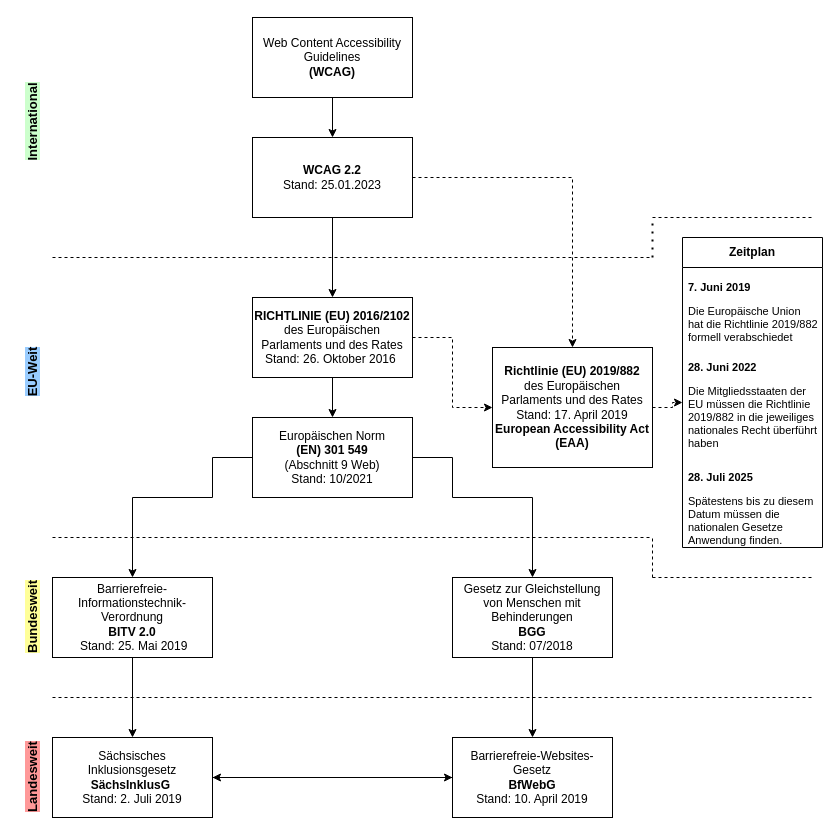
Before: Unbenanntes Diagramm.drawio in Tm651/BuTi3006.github.io, a draw.io diagram. Source tidied: cells renumbered, new cells numbered last; positions are measured from the earlier drawing's top-left corner, leaving out a move shared by most shapes. Both pictures are drawn from the tidied source at 100%, with x=0, y=0 at pixel (-18, 17).
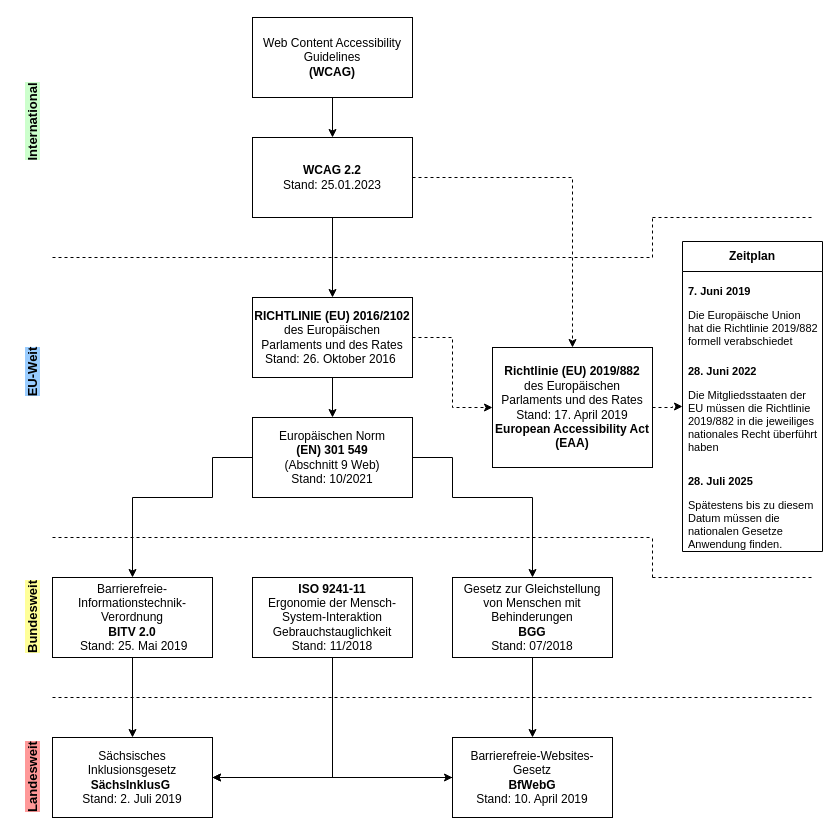
Above is the later version.

The change refers to these unchanged cells:
```xml
<mxCell id="18" value="&lt;b&gt;Richtlinie (EU) 2019/882&lt;/b&gt; des Europäischen Parlaments und des Rates Stand: 17. April 2019&lt;br&gt;&lt;b&gt;European Accessibility Act (EAA)&lt;/b&gt;" style="rounded=0;whiteSpace=wrap;html=1;" parent="1" vertex="1">
  <mxGeometry x="510" y="330" width="160" height="120" as="geometry" />
</mxCell>
<mxCell id="23" value="Sächsisches Inklusionsgesetz&lt;br&gt;&lt;b&gt;SächsInklusG&amp;nbsp;&lt;/b&gt;&lt;br&gt;Stand: 2. Juli 2019" style="rounded=0;whiteSpace=wrap;html=1;" parent="1" vertex="1">
  <mxGeometry x="70" y="720" width="160" height="80" as="geometry" />
</mxCell>
<mxCell id="28" value="&lt;p style=&quot;font-size: 11px;&quot; class=&quot;MsoNormal&quot;&gt;&lt;b style=&quot;&quot;&gt;&lt;font style=&quot;font-size: 11px;&quot;&gt;28. Juni 2022&lt;/font&gt;&lt;/b&gt;&lt;/p&gt;&lt;p style=&quot;font-size: 11px;&quot; class=&quot;MsoNormal&quot;&gt;&lt;font style=&quot;font-size: 11px;&quot;&gt;Die Mitgliedsstaaten der EU müssen die Richtlinie 2019/882 in die jeweiliges nationales Recht überführt haben&lt;/font&gt;&lt;/p&gt;" style="text;strokeColor=none;fillColor=none;align=left;verticalAlign=middle;spacingLeft=4;spacingRight=4;overflow=hidden;points=[[0,0.5],[1,0.5]];portConstraint=eastwest;whiteSpace=wrap;html=1;" parent="26" vertex="1">
  <mxGeometry y="110" width="140" height="110" as="geometry" />
</mxCell>
```

What changed in the source:
```diff
@@
-    <mxCell id="17" style="edgeStyle=orthogonalEdgeStyle;rounded=0;jettySize=auto;html=1;dashed=1;fontSize=11;" parent="1" edge="1" source="18" target="28">
+    <mxCell id="17" style="edgeStyle=orthogonalEdgeStyle;rounded=0;jettySize=auto;html=1;entryX=0;entryY=0.5;entryDx=0;entryDy=0;dashed=1;" parent="1" edge="1" source="18" target="28">
       <mxGeometry relative="1" as="geometry" />
     </mxCell>
@@
     <mxCell id="26" value="&lt;b&gt;Zeitplan&lt;/b&gt;" style="swimlane;fontStyle=0;horizontal=1;startSize=30;whiteSpace=wrap;html=1;" parent="1" vertex="1">
-      <mxGeometry x="700" y="220" width="140" height="310" as="geometry" />
+      <mxGeometry x="700" y="224" width="140" height="310" as="geometry" />
     </mxCell>
@@
-    <mxCell id="30" style="endArrow=none;dashed=1;html=1;dashPattern=1 3;strokeWidth=2;rounded=0;fontSize=11;" parent="1" edge="1">
-      <mxGeometry relative="1" as="geometry">
-        <mxPoint x="670" y="240" as="sourcePoint" />
-        <mxPoint x="670" y="200" as="targetPoint" />
-      </mxGeometry>
-    </mxCell>
@@
+    <mxCell id="38" style="endArrow=none;dashed=1;html=1;rounded=0;" parent="1" edge="1">
+      <mxGeometry relative="1" as="geometry">
+        <mxPoint x="670" y="240" as="sourcePoint" />
+        <mxPoint x="670" y="200" as="targetPoint" />
+      </mxGeometry>
+    </mxCell>
+    <mxCell id="39" style="edgeStyle=orthogonalEdgeStyle;rounded=0;jettySize=auto;html=1;entryX=1;entryY=0.5;entryDx=0;entryDy=0;" parent="1" edge="1" source="40" target="23">
+      <mxGeometry relative="1" as="geometry">
+        <Array as="points">
+          <mxPoint x="350" y="760" />
+        </Array>
+      </mxGeometry>
+    </mxCell>
+    <mxCell id="40" value="&lt;b&gt;ISO 9241-11&lt;/b&gt;&lt;br&gt;Ergonomie der Mensch-System-Interaktion Gebrauchstauglichkeit&lt;br&gt;Stand: 11/2018" style="rounded=0;whiteSpace=wrap;html=1;" parent="1" vertex="1">
+      <mxGeometry x="270" y="560" width="160" height="80" as="geometry" />
+    </mxCell>
```
